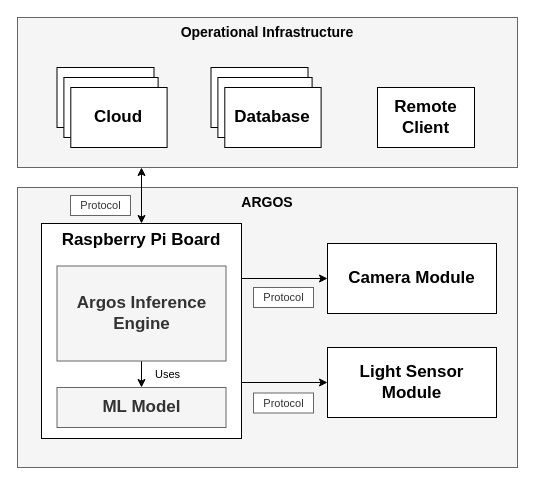
Above: page "Page-2" (2 of 2) of 2. Analysis/1. System Overview/sys_overview.drawio in esrg-silent-howl/argos (draw.io), before the change. Source tidied: cells renumbered, new cells numbered last; positions are measured from the earlier drawing's top-left corner, leaving out a move shared by most shapes. Both pictures are drawn from the tidied source at 100%, with x=0, y=0 at pixel (17, 17).
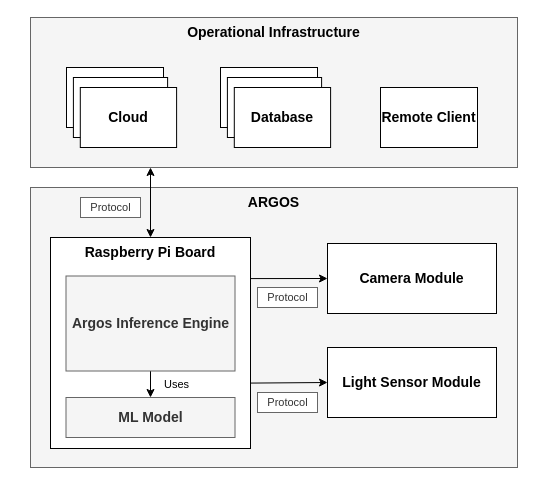
The same diagram, later.

Commit message (it also covers changes not shown here):
UPDT: System Overview

Diff of the diagram source:
```diff
@@
     <mxCell id="2" value="&lt;b style=&quot;color: rgb(0 , 0 , 0) ; white-space: normal&quot;&gt;&lt;font style=&quot;font-size: 14px&quot;&gt;ARGOS&lt;/font&gt;&lt;/b&gt;" style="rounded=0;whiteSpace=wrap;html=1;verticalAlign=top;fillColor=#f5f5f5;strokeColor=#666666;fontColor=#333333;" parent="1" vertex="1">
-      <mxGeometry y="170" width="500" height="280" as="geometry" />
+      <mxGeometry x="13" y="170" width="487" height="280" as="geometry" />
     </mxCell>
@@
-    <mxCell id="4" style="edgeStyle=orthogonalEdgeStyle;rounded=0;jettySize=auto;html=1;exitX=1;exitY=0.75;exitDx=0;exitDy=0;entryX=0;entryY=0.5;entryDx=0;entryDy=0;" parent="1" edge="1" source="6" target="17">
+    <mxCell id="4" style="edgeStyle=orthogonalEdgeStyle;rounded=0;jettySize=auto;html=1;exitX=0.996;exitY=0.69;exitDx=0;exitDy=0;entryX=0;entryY=0.5;entryDx=0;entryDy=0;exitPerimeter=0;" parent="1" edge="1" source="6" target="17">
       <mxGeometry relative="1" as="geometry">
         <Array as="points">
-          <mxPoint x="224" y="365" />
+          <mxPoint x="233" y="366" />
+          <mxPoint x="233" y="365" />
         </Array>
       </mxGeometry>
     </mxCell>
-    <mxCell id="5" style="edgeStyle=orthogonalEdgeStyle;rounded=0;jettySize=auto;html=1;exitX=1;exitY=0.25;exitDx=0;exitDy=0;entryX=0;entryY=0.5;entryDx=0;entryDy=0;" parent="1" edge="1" source="6" target="18">
+    <mxCell id="5" style="edgeStyle=orthogonalEdgeStyle;rounded=0;jettySize=auto;html=1;exitX=0.999;exitY=0.195;exitDx=0;exitDy=0;entryX=0;entryY=0.5;entryDx=0;entryDy=0;exitPerimeter=0;" parent="1" edge="1" source="6" target="18">
       <mxGeometry relative="1" as="geometry">
         <Array as="points">
           <mxPoint x="224" y="261" />
         </Array>
       </mxGeometry>
     </mxCell>
-    <mxCell id="6" value="&lt;b style=&quot;font-size: 17px ; white-space: normal&quot;&gt;Raspberry Pi Board&lt;/b&gt;" style="rounded=0;whiteSpace=wrap;html=1;verticalAlign=top;" parent="1" vertex="1">
-      <mxGeometry x="24" y="206" width="200" height="215" as="geometry" />
+    <mxCell id="6" value="&lt;b style=&quot;white-space: normal&quot;&gt;&lt;font style=&quot;font-size: 14px&quot;&gt;Raspberry Pi Board&lt;/font&gt;&lt;/b&gt;" style="rounded=0;whiteSpace=wrap;html=1;verticalAlign=top;" parent="1" vertex="1">
+      <mxGeometry x="33" y="220" width="200" height="211" as="geometry" />
     </mxCell>
     <mxCell id="7" value="&lt;b style=&quot;color: rgb(0 , 0 , 0) ; white-space: normal&quot;&gt;&lt;font style=&quot;font-size: 14px&quot;&gt;Operational Infrastructure&lt;/font&gt;&lt;/b&gt;" style="rounded=0;whiteSpace=wrap;html=1;fillColor=#f5f5f5;strokeColor=#666666;fontColor=#333333;verticalAlign=top;" parent="1" vertex="1">
-      <mxGeometry width="500" height="150" as="geometry" />
+      <mxGeometry x="13" width="487" height="150" as="geometry" />
     </mxCell>
     <mxCell id="8" value="&lt;font style=&quot;font-size: 11px;&quot;&gt;Uses&lt;/font&gt;" style="text;html=1;align=center;verticalAlign=middle;fontSize=11;" parent="1" vertex="1">
-      <mxGeometry x="130" y="347" width="40" height="20" as="geometry" />
+      <mxGeometry x="139" y="357" width="40" height="20" as="geometry" />
     </mxCell>
     <mxCell id="9" value="&lt;font style=&quot;font-size: 11px;&quot;&gt;Protocol&lt;/font&gt;" style="text;html=1;align=center;verticalAlign=middle;fontSize=11;fillColor=#FFFFFF;strokeColor=#666666;fontColor=#333333;" parent="1" vertex="1">
-      <mxGeometry x="236" y="375.5" width="60" height="20" as="geometry" />
+      <mxGeometry x="240" y="375" width="60" height="20" as="geometry" />
     </mxCell>
     <mxCell id="10" style="group;" parent="1" vertex="1">
-      <mxGeometry x="193.5" y="50" width="145.5" height="80" as="geometry" />
+      <mxGeometry x="203" y="50" width="145.5" height="80" as="geometry" />
     </mxCell>
@@
-    <mxCell id="13" value="&lt;b style=&quot;font-size: 17px&quot;&gt;Database&lt;/b&gt;" style="rounded=0;whiteSpace=wrap;html=1;" parent="10" vertex="1">
+    <mxCell id="13" value="&lt;b&gt;&lt;font style=&quot;font-size: 14px&quot;&gt;Database&lt;/font&gt;&lt;/b&gt;" style="rounded=0;whiteSpace=wrap;html=1;" parent="10" vertex="1">
       <mxGeometry x="13.8" y="20" width="96.3" height="60" as="geometry" />
     </mxCell>
@@
-    <mxCell id="15" value="&lt;b style=&quot;font-size: 17px&quot;&gt;Argos Inference Engine&lt;/b&gt;" style="rounded=0;whiteSpace=wrap;html=1;fillColor=#f5f5f5;strokeColor=#666666;fontColor=#333333;" parent="1" vertex="1">
-      <mxGeometry x="39.5" y="248.5" width="169" height="95" as="geometry" />
+    <mxCell id="15" value="&lt;b style=&quot;font-size: 14px;&quot;&gt;Argos Inference Engine&lt;/b&gt;" style="rounded=0;whiteSpace=wrap;html=1;fillColor=#f5f5f5;strokeColor=#666666;fontColor=#333333;fontSize=14;" parent="1" vertex="1">
+      <mxGeometry x="48.5" y="258.5" width="169" height="95" as="geometry" />
     </mxCell>
-    <mxCell id="16" value="&lt;b style=&quot;font-size: 17px&quot;&gt;ML Model&lt;/b&gt;" style="rounded=0;whiteSpace=wrap;html=1;fillColor=#f5f5f5;strokeColor=#666666;fontColor=#333333;" parent="1" vertex="1">
-      <mxGeometry x="39.5" y="370" width="169" height="40" as="geometry" />
+    <mxCell id="16" value="&lt;b style=&quot;font-size: 14px;&quot;&gt;ML Model&lt;/b&gt;" style="rounded=0;whiteSpace=wrap;html=1;fillColor=#f5f5f5;strokeColor=#666666;fontColor=#333333;fontSize=14;" parent="1" vertex="1">
+      <mxGeometry x="48.5" y="380" width="169" height="40" as="geometry" />
     </mxCell>
-    <mxCell id="17" value="&lt;b style=&quot;font-size: 17px&quot;&gt;Light Sensor Module&lt;/b&gt;" style="rounded=0;whiteSpace=wrap;html=1;" parent="1" vertex="1">
+    <mxCell id="17" value="&lt;b style=&quot;font-size: 14px;&quot;&gt;Light Sensor Module&lt;/b&gt;" style="rounded=0;whiteSpace=wrap;html=1;fontSize=14;" parent="1" vertex="1">
       <mxGeometry x="310" y="330" width="169" height="70" as="geometry" />
     </mxCell>
-    <mxCell id="18" value="&lt;b style=&quot;font-size: 17px&quot;&gt;Camera Module&lt;/b&gt;" style="rounded=0;whiteSpace=wrap;html=1;" parent="1" vertex="1">
+    <mxCell id="18" value="&lt;b style=&quot;font-size: 14px;&quot;&gt;Camera Module&lt;/b&gt;" style="rounded=0;whiteSpace=wrap;html=1;fontSize=14;" parent="1" vertex="1">
       <mxGeometry x="310" y="226" width="169" height="70" as="geometry" />
     </mxCell>
     <mxCell id="19" value="&lt;font style=&quot;font-size: 11px;&quot;&gt;Protocol&lt;/font&gt;" style="text;html=1;align=center;verticalAlign=middle;fontSize=11;fillColor=#FFFFFF;strokeColor=#666666;fontColor=#333333;" parent="1" vertex="1">
-      <mxGeometry x="236" y="270" width="60" height="20" as="geometry" />
+      <mxGeometry x="240" y="270" width="60" height="20" as="geometry" />
     </mxCell>
     <mxCell id="20" style="group;" parent="1" vertex="1">
-      <mxGeometry x="39.5" y="50" width="110" height="80" as="geometry" />
+      <mxGeometry x="49" y="50" width="110" height="80" as="geometry" />
     </mxCell>
@@
-    <mxCell id="23" value="&lt;b style=&quot;font-size: 17px&quot;&gt;Cloud&lt;/b&gt;" style="rounded=0;whiteSpace=wrap;html=1;" parent="20" vertex="1">
+    <mxCell id="23" value="&lt;b&gt;&lt;font style=&quot;font-size: 14px&quot;&gt;Cloud&lt;/font&gt;&lt;/b&gt;" style="rounded=0;whiteSpace=wrap;html=1;" parent="20" vertex="1">
       <mxGeometry x="13.8" y="20" width="96.3" height="60" as="geometry" />
     </mxCell>
-    <mxCell id="24" value="&lt;b style=&quot;font-size: 17px&quot;&gt;Remote Client&lt;/b&gt;" style="rounded=0;whiteSpace=wrap;html=1;" parent="1" vertex="1">
-      <mxGeometry x="360" y="70" width="97" height="60" as="geometry" />
+    <mxCell id="24" value="&lt;b&gt;&lt;font style=&quot;font-size: 14px&quot;&gt;Remote Client&lt;/font&gt;&lt;/b&gt;" style="rounded=0;whiteSpace=wrap;html=1;" parent="1" vertex="1">
+      <mxGeometry x="363" y="70" width="97" height="60" as="geometry" />
     </mxCell>
     <mxCell id="25" value="&lt;font style=&quot;font-size: 11px;&quot;&gt;Protocol&lt;/font&gt;" style="text;html=1;align=center;verticalAlign=middle;fontSize=11;fillColor=#FFFFFF;strokeColor=#666666;fontColor=#333333;" parent="1" vertex="1">
-      <mxGeometry x="53" y="178" width="60" height="20" as="geometry" />
+      <mxGeometry x="63" y="180" width="60" height="20" as="geometry" />
     </mxCell>
```
